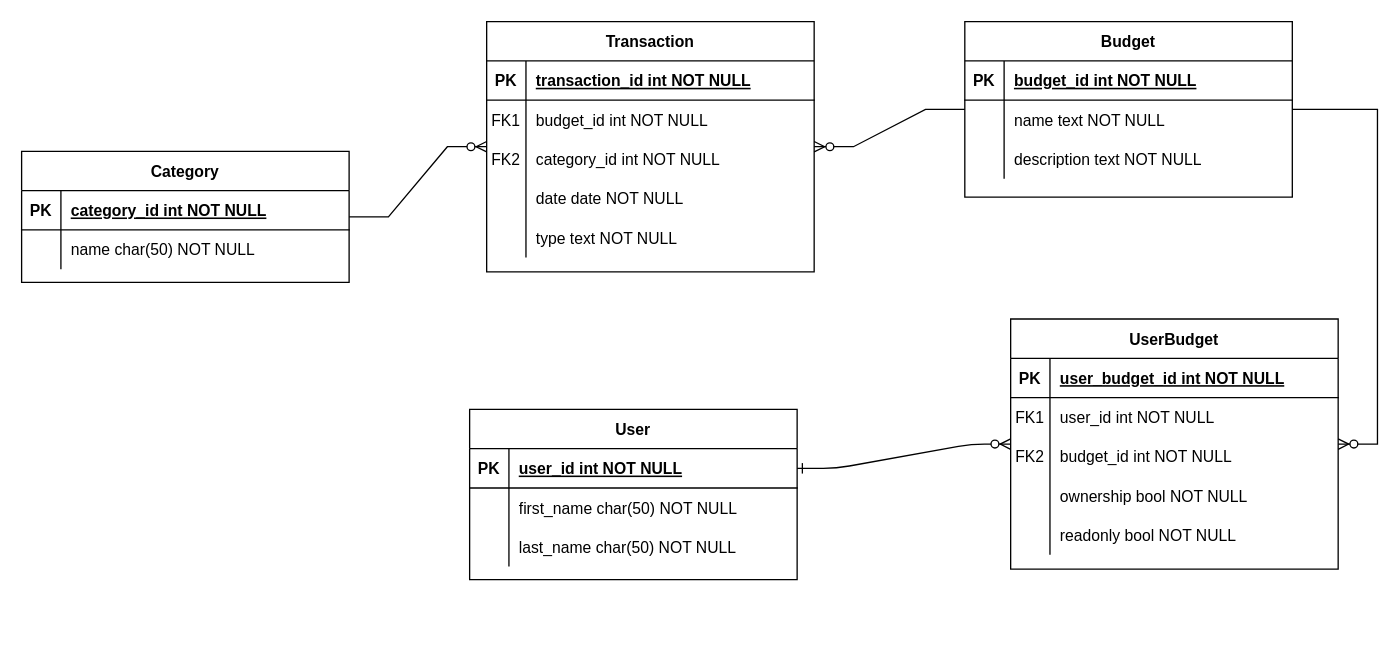
Earlier version of the draw.io diagram DB_Schema.drawio (yuriykis/family_budget). Source tidied: cells renumbered, new cells numbered last; positions are measured from the earlier drawing's top-left corner, leaving out a move shared by most shapes. Both pictures are drawn from the tidied source at 131%, with x=0, y=0 at pixel (21, 21).
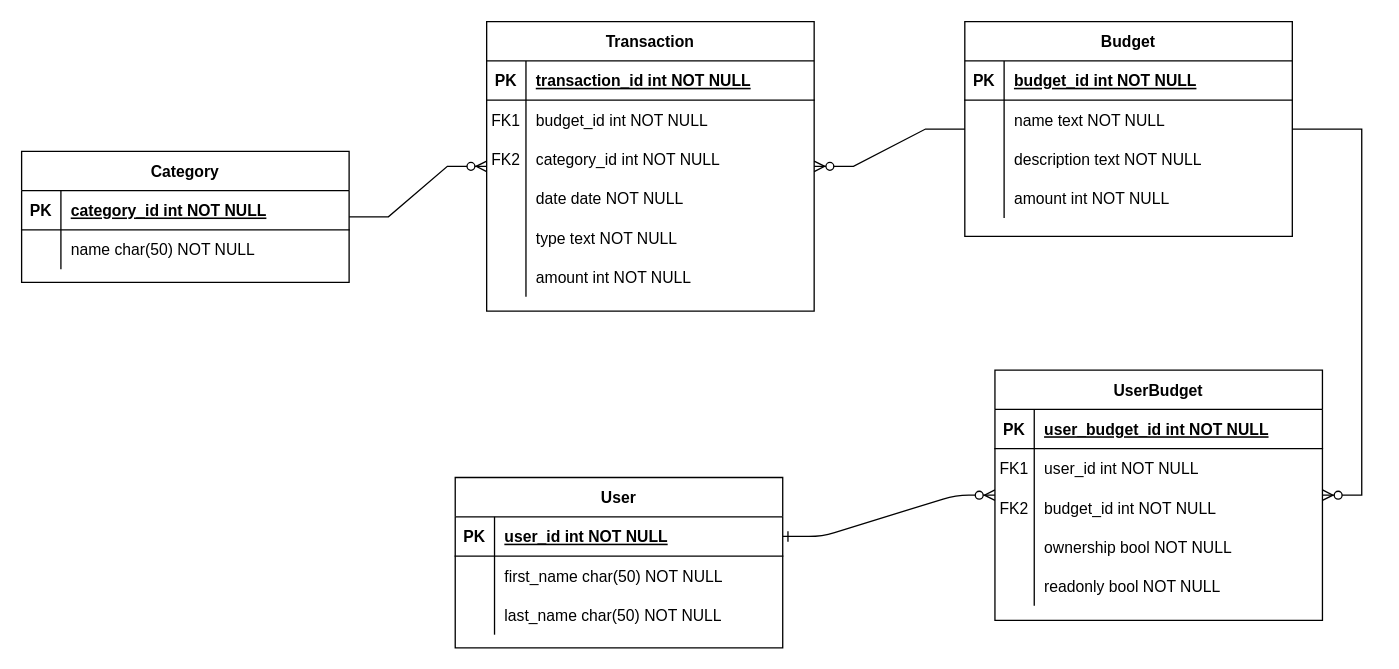
The same diagram, later.

Commit message:
DB_Schema: Add amounts to models

Change to the diagram source:
```diff
@@
     <mxCell id="3" value="Transaction" style="shape=table;startSize=30;childLayout=tableLayout;rowLines=0;fontStyle=1;align=center;" parent="1" vertex="1">
-      <mxGeometry x="355" width="250" height="191" as="geometry" />
+      <mxGeometry x="355" width="250" height="221" as="geometry" />
     </mxCell>
@@
+    <mxCell id="65" style="shape=partialRectangle;fillColor=none;top=0;left=0;right=0;bottom=0;" parent="3" vertex="1">
+      <mxGeometry y="180" width="250" height="30" as="geometry" />
+    </mxCell>
+    <mxCell id="66" style="shape=partialRectangle;overflow=hidden;fillColor=none;top=0;left=0;bottom=0;right=0;" parent="65" vertex="1">
+      <mxGeometry width="30" height="30" as="geometry" />
+    </mxCell>
+    <mxCell id="67" value="amount int NOT NULL" style="shape=partialRectangle;overflow=hidden;fillColor=none;top=0;left=0;bottom=0;right=0;align=left;spacingLeft=6;" parent="65" vertex="1">
+      <mxGeometry x="30" width="220" height="30" as="geometry" />
+    </mxCell>
     <mxCell id="19" value="User" style="shape=table;startSize=30;childLayout=tableLayout;rowLines=0;fontStyle=1;align=center;" parent="1" vertex="1">
-      <mxGeometry x="342" y="296" width="250" height="130" as="geometry" />
+      <mxGeometry x="331" y="348" width="250" height="130" as="geometry" />
     </mxCell>
@@
     <mxCell id="37" value="Budget" style="shape=table;startSize=30;childLayout=tableLayout;rowLines=0;fontStyle=1;align=center;" parent="1" vertex="1">
-      <mxGeometry x="720" width="250" height="134" as="geometry" />
+      <mxGeometry x="720" width="250" height="164" as="geometry" />
     </mxCell>
@@
+    <mxCell id="68" style="shape=partialRectangle;fillColor=none;top=0;left=0;right=0;bottom=0;" parent="37" vertex="1">
+      <mxGeometry y="120" width="250" height="30" as="geometry" />
+    </mxCell>
+    <mxCell id="69" style="shape=partialRectangle;overflow=hidden;fillColor=none;top=0;left=0;bottom=0;right=0;" parent="68" vertex="1">
+      <mxGeometry width="30" height="30" as="geometry" />
+    </mxCell>
+    <mxCell id="70" value="amount int NOT NULL" style="shape=partialRectangle;overflow=hidden;fillColor=none;top=0;left=0;bottom=0;right=0;align=left;spacingLeft=6;" parent="68" vertex="1">
+      <mxGeometry x="30" width="220" height="30" as="geometry" />
+    </mxCell>
@@
     <mxCell id="48" value="UserBudget" style="shape=table;startSize=30;childLayout=tableLayout;rowLines=0;fontStyle=1;align=center;" parent="1" vertex="1">
-      <mxGeometry x="755" y="227" width="250" height="191" as="geometry" />
+      <mxGeometry x="743" y="266" width="250" height="191" as="geometry" />
     </mxCell>
```
